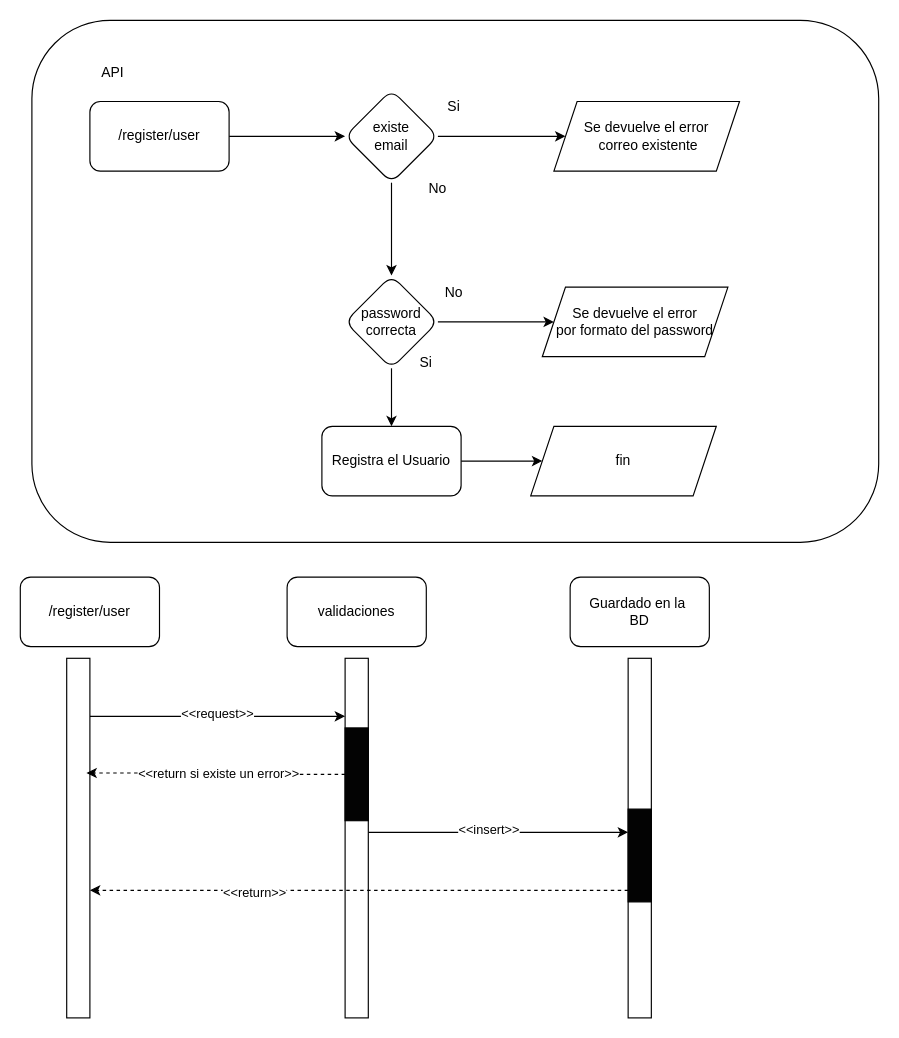
The draw.io diagram Diagrama Solucion.drawio in diegohxs/sermaluc-evaluacion, before the edit. Source tidied: cells renumbered, new cells numbered last; positions are measured from the earlier drawing's top-left corner, leaving out a move shared by most shapes. Both pictures are drawn from the tidied source at 116%, with x=0, y=0 at pixel (20, 20).
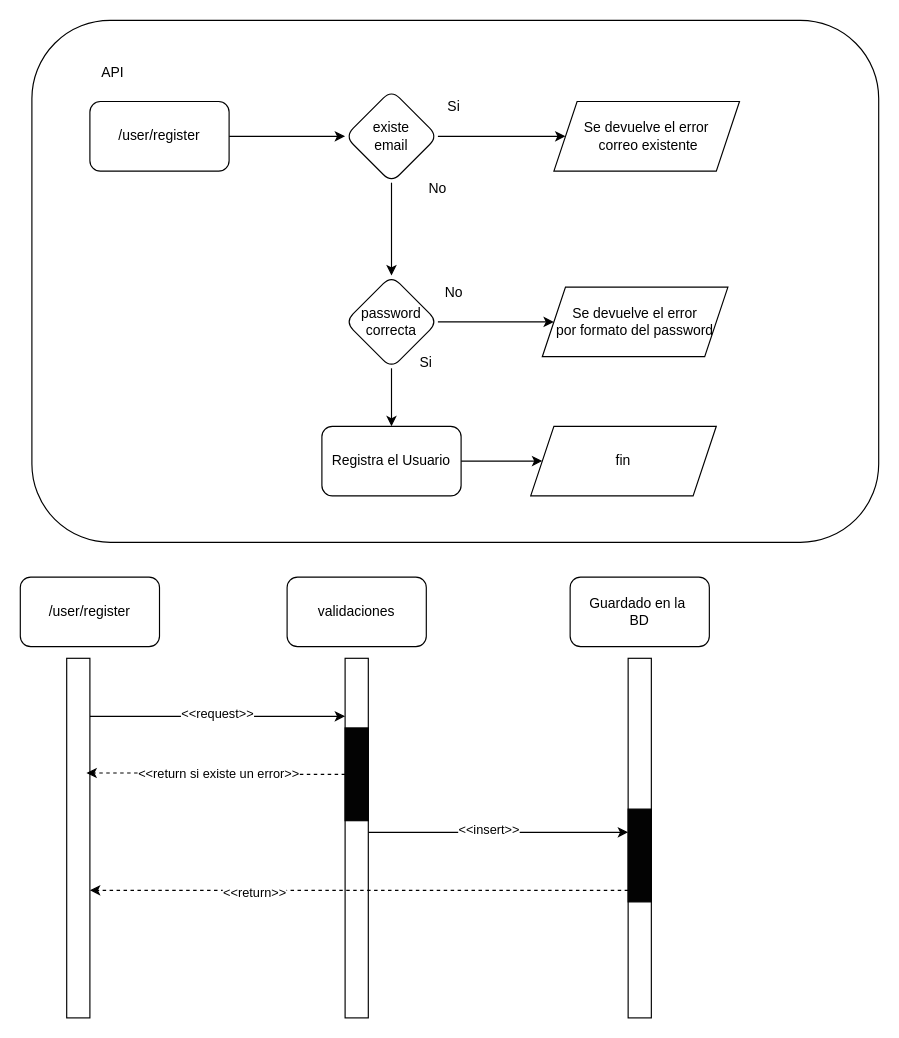
The same diagram, later.

The edit, as a diff of the source:
```diff
@@
-    <mxCell id="4" value="/register/user" style="rounded=1;whiteSpace=wrap;html=1;" parent="1" vertex="1">
+    <mxCell id="4" value="/user/register" style="rounded=1;whiteSpace=wrap;html=1;" parent="1" vertex="1">
       <mxGeometry x="60" y="70" width="120" height="60" as="geometry" />
     </mxCell>
@@
-    <mxCell id="28" value="/register/user" style="rounded=1;whiteSpace=wrap;html=1;" parent="1" vertex="1">
+    <mxCell id="28" value="/user/register" style="rounded=1;whiteSpace=wrap;html=1;" parent="1" vertex="1">
       <mxGeometry y="480" width="120" height="60" as="geometry" />
     </mxCell>
```
